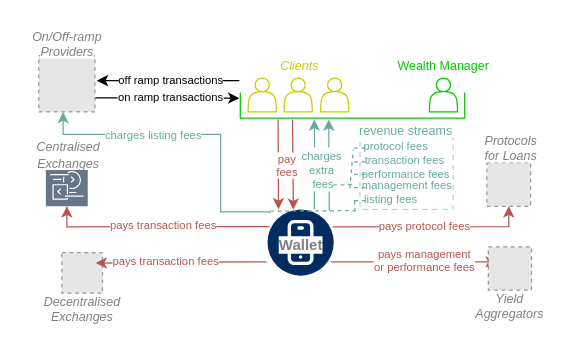
Above: page "revenue" (3 of 13) of drawio-diagrams/wallet_architecture.drawio in dlt-science/crypto-mpc-wallet-bloom (draw.io), before the change. Source tidied: cells renumbered, new cells numbered last; positions are measured from the earlier drawing's top-left corner, leaving out a move shared by most shapes. Both pictures are drawn from the tidied source at 125%, with x=0, y=0 at pixel (21, -8). Pictures stored in the file or linked from it are replaced by grey dashed boxes.
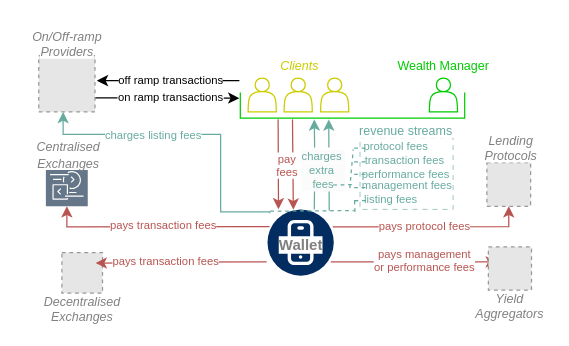
After the change.

What changed in the source:
```diff
@@
-    <mxCell id="27" value="&lt;span style=&quot;background-color: rgb(255, 255, 255); font-size: 10px;&quot;&gt;&lt;font&gt;&lt;i&gt;Protocols&lt;/i&gt;&lt;/font&gt;&lt;/span&gt;&lt;div style=&quot;font-size: 10px;&quot;&gt;&lt;span style=&quot;background-color: rgb(255, 255, 255); font-size: 10px;&quot;&gt;&lt;font&gt;&lt;i&gt;for Loans&lt;/i&gt;&lt;/font&gt;&lt;/span&gt;&lt;/div&gt;" style="text;html=1;align=center;verticalAlign=middle;strokeColor=none;fillColor=none;fontSize=10;fontColor=#808080;" parent="1" vertex="1">
+    <mxCell id="27" value="&lt;span style=&quot;background-color: rgb(255, 255, 255); font-size: 10px;&quot;&gt;&lt;font&gt;&lt;i&gt;Lending&lt;/i&gt;&lt;/font&gt;&lt;/span&gt;&lt;div&gt;&lt;span style=&quot;background-color: rgb(255, 255, 255); font-size: 10px;&quot;&gt;&lt;font&gt;&lt;i&gt;Protocols&lt;/i&gt;&lt;/font&gt;&lt;/span&gt;&lt;/div&gt;" style="text;html=1;align=center;verticalAlign=middle;strokeColor=none;fillColor=none;fontSize=10;fontColor=#808080;" parent="1" vertex="1">
       <mxGeometry x="360.5" y="106.2" width="60" height="36" as="geometry" />
     </mxCell>
```
